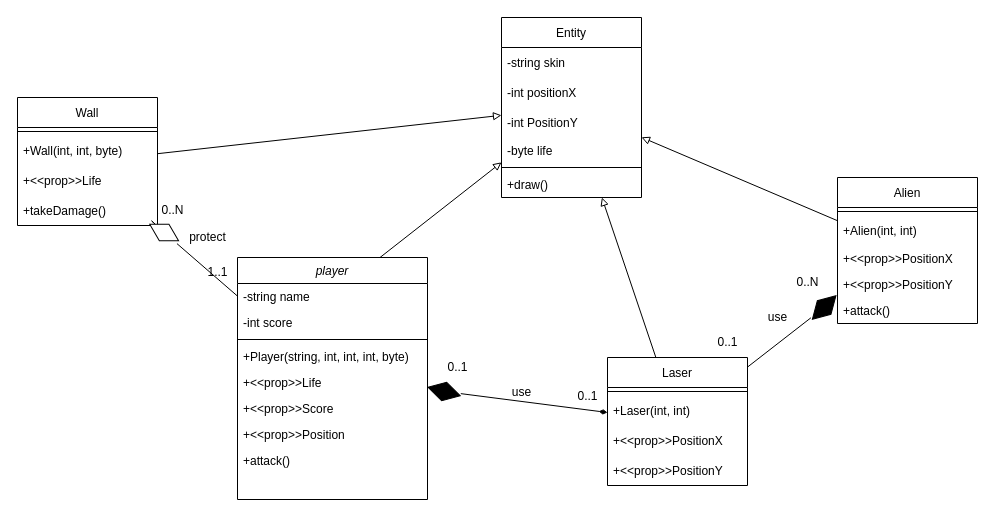
Above: Spicy-Nvvader-UML.drawio in maelget1/P_Prog_Spicy-Nvader (draw.io), before the change. Source tidied: cells renumbered, new cells numbered last; positions are measured from the earlier drawing's top-left corner, leaving out a move shared by most shapes. Both pictures are drawn from the tidied source at 100%, with x=0, y=0 at pixel (17, 17).
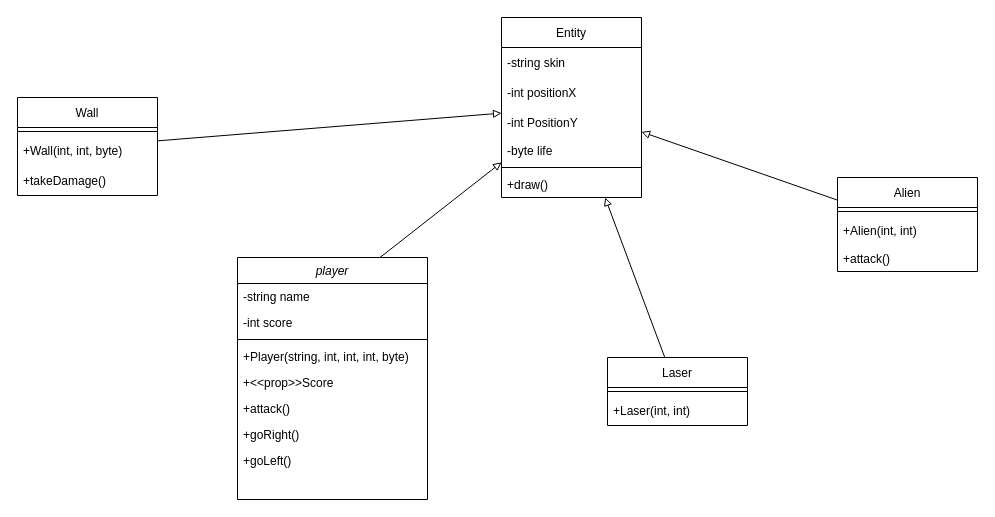
After the change.

Unchanged cells that the change refers to:
```xml
<mxCell id="2" value="player" style="swimlane;fontStyle=2;align=center;verticalAlign=top;horizontal=1;startSize=26;rounded=0;shadow=0;strokeWidth=1;" parent="1" vertex="1">
  <mxGeometry x="220" y="240" width="190" height="242" as="geometry" />
</mxCell>
```

Change to the diagram source:
```diff
@@
-    <mxCell id="7" value="+&lt;&lt;prop&gt;&gt;Life" style="text;align=left;verticalAlign=top;spacingLeft=4;spacingRight=4;overflow=hidden;rounded=0;shadow=0;html=0;" parent="2" vertex="1">
-      <mxGeometry y="112" width="190" height="26" as="geometry" />
-    </mxCell>
     <mxCell id="8" value="+&lt;&lt;prop&gt;&gt;Score" style="text;align=left;verticalAlign=top;spacingLeft=4;spacingRight=4;overflow=hidden;rounded=0;shadow=0;html=0;" parent="2" vertex="1">
-      <mxGeometry y="138" width="190" height="26" as="geometry" />
+      <mxGeometry y="112" width="190" height="26" as="geometry" />
     </mxCell>
-    <mxCell id="9" value="+&lt;&lt;prop&gt;&gt;Position" style="text;align=left;verticalAlign=top;spacingLeft=4;spacingRight=4;overflow=hidden;rounded=0;shadow=0;html=0;" parent="2" vertex="1">
-      <mxGeometry y="164" width="190" height="26" as="geometry" />
-    </mxCell>
     <mxCell id="10" value="+attack()" style="text;align=left;verticalAlign=top;spacingLeft=4;spacingRight=4;overflow=hidden;rounded=0;shadow=0;html=0;" parent="2" vertex="1">
-      <mxGeometry y="190" width="190" height="26" as="geometry" />
+      <mxGeometry y="138" width="190" height="26" as="geometry" />
     </mxCell>
+    <mxCell id="58" value="+goRight()" style="text;align=left;verticalAlign=top;spacingLeft=4;spacingRight=4;overflow=hidden;rounded=0;shadow=0;html=0;" parent="2" vertex="1">
+      <mxGeometry y="164" width="190" height="26" as="geometry" />
+    </mxCell>
+    <mxCell id="59" value="+goLeft()" style="text;align=left;verticalAlign=top;spacingLeft=4;spacingRight=4;overflow=hidden;rounded=0;shadow=0;html=0;" parent="2" vertex="1">
+      <mxGeometry y="190" width="190" height="26" as="geometry" />
+    </mxCell>
     <mxCell id="11" value="Alien" style="swimlane;fontStyle=0;horizontal=1;startSize=30;" parent="1" vertex="1">
-      <mxGeometry x="820" y="160" width="140" height="146" as="geometry" />
+      <mxGeometry x="820" y="160" width="140" height="94" as="geometry" />
     </mxCell>
@@
-    <mxCell id="14" value="+&lt;&lt;prop&gt;&gt;PositionX" style="text;align=left;verticalAlign=top;spacingLeft=4;spacingRight=4;overflow=hidden;rounded=0;shadow=0;html=0;" parent="11" vertex="1">
-      <mxGeometry y="68" width="140" height="26" as="geometry" />
-    </mxCell>
-    <mxCell id="15" value="+&lt;&lt;prop&gt;&gt;PositionY" style="text;align=left;verticalAlign=top;spacingLeft=4;spacingRight=4;overflow=hidden;rounded=0;shadow=0;html=0;" parent="11" vertex="1">
-      <mxGeometry y="94" width="140" height="26" as="geometry" />
-    </mxCell>
     <mxCell id="16" value="+attack()" style="text;align=left;verticalAlign=top;spacingLeft=4;spacingRight=4;overflow=hidden;rounded=0;shadow=0;html=0;" parent="11" vertex="1">
-      <mxGeometry y="120" width="140" height="26" as="geometry" />
+      <mxGeometry y="68" width="140" height="26" as="geometry" />
     </mxCell>
     <mxCell id="17" value="Wall" style="swimlane;fontStyle=0;horizontal=1;startSize=30;" parent="1" vertex="1">
-      <mxGeometry y="80" width="140" height="128" as="geometry" />
+      <mxGeometry y="80" width="140" height="98" as="geometry" />
     </mxCell>
@@
-    <mxCell id="20" value="+&lt;&lt;prop&gt;&gt;Life" style="text;strokeColor=none;fillColor=none;align=left;verticalAlign=middle;spacingLeft=4;spacingRight=4;overflow=hidden;" parent="17" vertex="1">
-      <mxGeometry y="68" width="140" height="30" as="geometry" />
-    </mxCell>
     <mxCell id="21" value="+takeDamage()" style="text;strokeColor=none;fillColor=none;align=left;verticalAlign=middle;spacingLeft=4;spacingRight=4;overflow=hidden;" parent="17" vertex="1">
-      <mxGeometry y="98" width="140" height="30" as="geometry" />
+      <mxGeometry y="68" width="140" height="30" as="geometry" />
     </mxCell>
@@
-    <mxCell id="32" style="endArrow=none;html=1;rounded=0;startArrow=none;" parent="1" edge="1" source="56" target="17">
-      <mxGeometry relative="1" as="geometry" />
-    </mxCell>
-    <mxCell id="33" value="protect" style="text;html=1;align=center;verticalAlign=middle;strokeColor=none;fillColor=none;" parent="1" vertex="1">
-      <mxGeometry x="160" y="205" width="60" height="30" as="geometry" />
-    </mxCell>
-    <mxCell id="34" style="endArrow=none;html=1;rounded=0;startArrow=none;" parent="1" edge="1" source="56" target="17">
-      <mxGeometry relative="1" as="geometry" />
-    </mxCell>
-    <mxCell id="35" value="1..1" style="text;html=1;align=center;verticalAlign=middle;strokeColor=none;fillColor=none;" parent="1" vertex="1">
-      <mxGeometry x="180" y="240" width="40" height="30" as="geometry" />
-    </mxCell>
-    <mxCell id="36" value="0..N" style="text;html=1;align=center;verticalAlign=middle;strokeColor=none;fillColor=none;" parent="1" vertex="1">
-      <mxGeometry x="130" y="178" width="50" height="30" as="geometry" />
-    </mxCell>
@@
     <mxCell id="38" value="Laser" style="swimlane;fontStyle=0;horizontal=1;startSize=30;" parent="1" vertex="1">
-      <mxGeometry x="590" y="340" width="140" height="128" as="geometry" />
+      <mxGeometry x="590" y="340" width="140" height="68" as="geometry" />
     </mxCell>
@@
-    <mxCell id="41" value="+&lt;&lt;prop&gt;&gt;PositionX" style="text;strokeColor=none;fillColor=none;align=left;verticalAlign=middle;spacingLeft=4;spacingRight=4;overflow=hidden;" parent="38" vertex="1">
-      <mxGeometry y="68" width="140" height="30" as="geometry" />
-    </mxCell>
-    <mxCell id="42" value="+&lt;&lt;prop&gt;&gt;PositionY" style="text;strokeColor=none;fillColor=none;align=left;verticalAlign=middle;spacingLeft=4;spacingRight=4;overflow=hidden;" parent="38" vertex="1">
-      <mxGeometry y="98" width="140" height="30" as="geometry" />
-    </mxCell>
@@
-    <mxCell id="44" style="endArrow=none;html=1;rounded=0;startArrow=none;" parent="1" edge="1" source="50" target="11">
-      <mxGeometry relative="1" as="geometry" />
-    </mxCell>
-    <mxCell id="45" style="endArrow=none;html=1;rounded=0;startArrow=none;" parent="1" edge="1" source="48" target="2">
-      <mxGeometry relative="1" as="geometry" />
+    <mxCell id="45" style="endArrow=none;html=1;rounded=0;startArrow=none;" parent="1" edge="1" target="2">
+      <mxGeometry relative="1" as="geometry">
+        <mxPoint x="409.9" y="372.1" as="sourcePoint" />
+      </mxGeometry>
     </mxCell>
-    <mxCell id="46" value="use" style="text;html=1;align=center;verticalAlign=middle;strokeColor=none;fillColor=none;" parent="1" vertex="1">
-      <mxGeometry x="740" y="285" width="40" height="30" as="geometry" />
-    </mxCell>
-    <mxCell id="47" value="use" style="text;html=1;align=center;verticalAlign=middle;strokeColor=none;fillColor=none;" parent="1" vertex="1">
-      <mxGeometry x="484" y="360" width="40" height="30" as="geometry" />
-    </mxCell>
-    <mxCell id="48" style="html=1;whiteSpace=wrap;shape=isoRectangle;rotation=15;strokeColor=#000000;fillColor=#000000;" parent="1" vertex="1">
-      <mxGeometry x="410" y="364" width="33.3" height="20" as="geometry" />
-    </mxCell>
-    <mxCell id="49" style="endArrow=none;html=1;rounded=0;startArrow=diamondThin;startFill=1;" parent="1" edge="1" source="38" target="48">
-      <mxGeometry relative="1" as="geometry" />
-    </mxCell>
-    <mxCell id="50" style="html=1;whiteSpace=wrap;shape=isoRectangle;rotation=-45;fillColor=#000000;" parent="1" vertex="1">
-      <mxGeometry x="790" y="280" width="33.3" height="20" as="geometry" />
-    </mxCell>
-    <mxCell id="51" style="endArrow=none;html=1;rounded=0;" parent="1" edge="1" source="38" target="50">
-      <mxGeometry relative="1" as="geometry" />
-    </mxCell>
-    <mxCell id="52" value="0..1" style="text;html=1;align=center;verticalAlign=middle;strokeColor=none;fillColor=none;" parent="1" vertex="1">
-      <mxGeometry x="420" y="335" width="40" height="30" as="geometry" />
-    </mxCell>
-    <mxCell id="53" value="0..N" style="text;html=1;align=center;verticalAlign=middle;strokeColor=none;fillColor=none;" parent="1" vertex="1">
-      <mxGeometry x="765" y="250" width="50" height="30" as="geometry" />
-    </mxCell>
-    <mxCell id="54" value="0..1" style="text;html=1;align=center;verticalAlign=middle;strokeColor=none;fillColor=none;" parent="1" vertex="1">
-      <mxGeometry x="690" y="310" width="40" height="30" as="geometry" />
-    </mxCell>
-    <mxCell id="55" value="0..1" style="text;html=1;align=center;verticalAlign=middle;strokeColor=none;fillColor=none;" parent="1" vertex="1">
-      <mxGeometry x="550" y="364" width="40" height="30" as="geometry" />
-    </mxCell>
-    <mxCell id="56" style="html=1;whiteSpace=wrap;shape=isoRectangle;rotation=30;" parent="1" vertex="1">
-      <mxGeometry x="130" y="205" width="33.3" height="20" as="geometry" />
-    </mxCell>
-    <mxCell id="57" style="endArrow=none;html=1;rounded=0;" parent="1" edge="1" source="2" target="56">
-      <mxGeometry relative="1" as="geometry" />
-    </mxCell>
```
